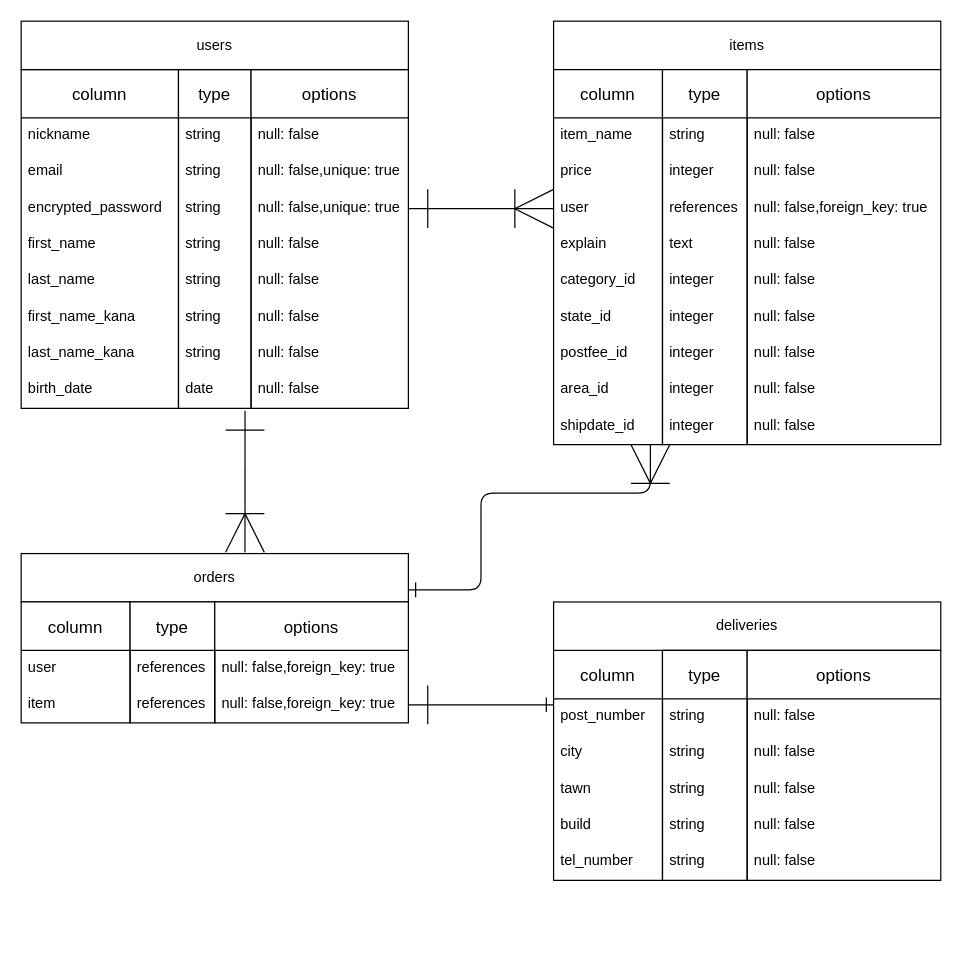
Earlier version of the draw.io diagram furima.dio (Sugi-Hi/furima-39228). Source tidied: cells renumbered, new cells numbered last; positions are measured from the earlier drawing's top-left corner, leaving out a move shared by most shapes. Both pictures are drawn from the tidied source at 121%, with x=0, y=0 at pixel (21, 21).
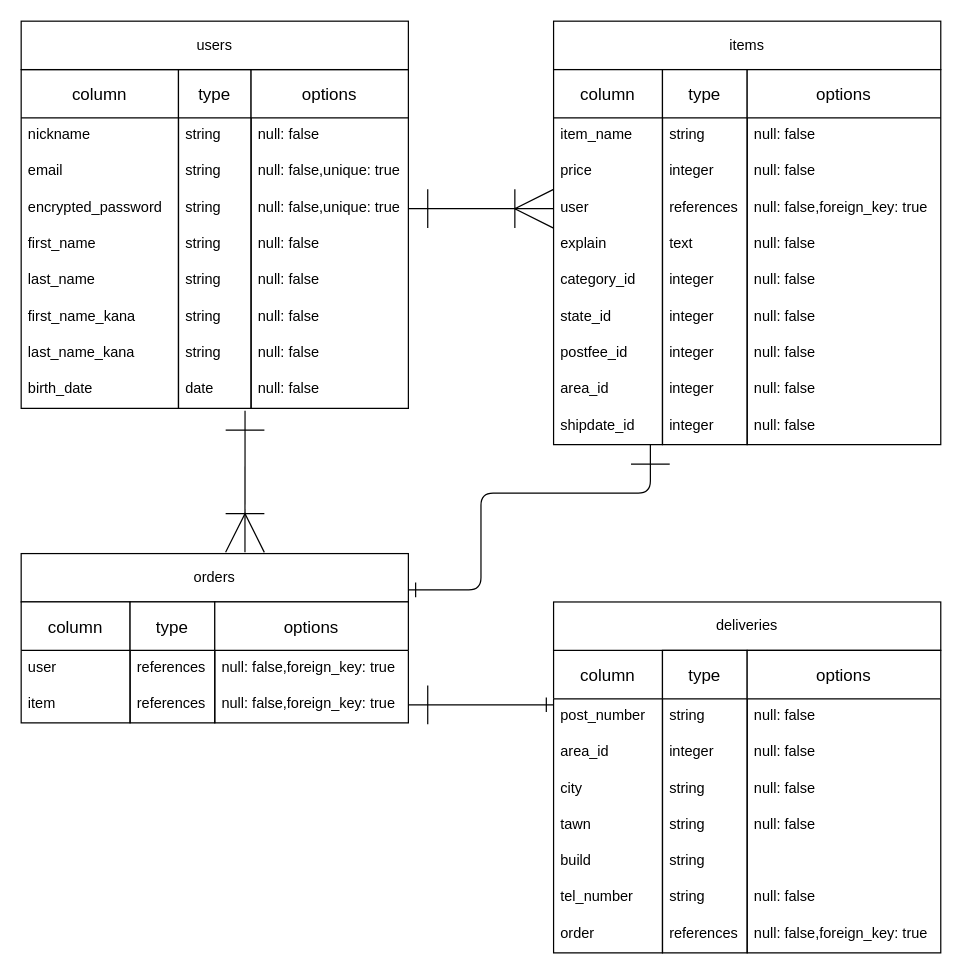
Above is the later version.

Commit message (it also covers changes not shown here):
データベース設計の4回目修正

The change refers to these unchanged cells:
```xml
<mxCell id="61" value="orders" style="whiteSpace=wrap;html=1;align=center;" parent="1" vertex="1">
  <mxGeometry y="440" width="320" height="40" as="geometry" />
</mxCell>
```

What changed in the source:
```diff
@@
     <mxCell id="72" value="column" style="swimlane;fontStyle=0;horizontal=1;startSize=40;align=center;fontSize=14;" parent="1" vertex="1">
-      <mxGeometry x="440" y="520" width="90" height="190" as="geometry" />
+      <mxGeometry x="440" y="520" width="90" height="250" as="geometry" />
     </mxCell>
@@
+    <mxCell id="94" value="area_id" style="text;strokeColor=none;fillColor=none;spacingLeft=4;spacingRight=4;overflow=hidden;fontSize=12;" parent="72" vertex="1">
+      <mxGeometry y="70" width="90" height="30" as="geometry" />
+    </mxCell>
     <mxCell id="74" value="city" style="text;strokeColor=none;fillColor=none;spacingLeft=4;spacingRight=4;overflow=hidden;fontSize=12;" parent="72" vertex="1">
-      <mxGeometry y="70" width="90" height="30" as="geometry" />
+      <mxGeometry y="100" width="90" height="30" as="geometry" />
     </mxCell>
     <mxCell id="75" value="tawn" style="text;strokeColor=none;fillColor=none;spacingLeft=4;spacingRight=4;overflow=hidden;fontSize=12;" parent="72" vertex="1">
-      <mxGeometry y="100" width="90" height="30" as="geometry" />
+      <mxGeometry y="130" width="90" height="30" as="geometry" />
     </mxCell>
     <mxCell id="76" value="build" style="text;strokeColor=none;fillColor=none;spacingLeft=4;spacingRight=4;overflow=hidden;fontSize=12;" parent="72" vertex="1">
-      <mxGeometry y="130" width="90" height="30" as="geometry" />
+      <mxGeometry y="160" width="90" height="30" as="geometry" />
     </mxCell>
     <mxCell id="77" value="tel_number" style="text;strokeColor=none;fillColor=none;spacingLeft=4;spacingRight=4;overflow=hidden;fontSize=12;" parent="72" vertex="1">
-      <mxGeometry y="160" width="90" height="30" as="geometry" />
+      <mxGeometry y="190" width="90" height="30" as="geometry" />
     </mxCell>
+    <mxCell id="95" value="order" style="text;strokeColor=none;fillColor=none;spacingLeft=4;spacingRight=4;overflow=hidden;fontSize=12;" parent="72" vertex="1">
+      <mxGeometry y="220" width="90" height="30" as="geometry" />
+    </mxCell>
@@
     <mxCell id="79" value="type" style="swimlane;fontStyle=0;horizontal=1;startSize=40;align=center;fontSize=14;" parent="1" vertex="1">
-      <mxGeometry x="530" y="520" width="70" height="190" as="geometry" />
+      <mxGeometry x="530" y="520" width="70" height="250" as="geometry" />
     </mxCell>
@@
+    <mxCell id="96" value="integer" style="text;strokeColor=none;fillColor=none;spacingLeft=4;spacingRight=4;overflow=hidden;fontSize=12;" parent="79" vertex="1">
+      <mxGeometry y="70" width="70" height="30" as="geometry" />
+    </mxCell>
     <mxCell id="81" value="string" style="text;strokeColor=none;fillColor=none;spacingLeft=4;spacingRight=4;overflow=hidden;fontSize=12;" parent="79" vertex="1">
-      <mxGeometry y="70" width="70" height="30" as="geometry" />
+      <mxGeometry y="100" width="70" height="30" as="geometry" />
     </mxCell>
     <mxCell id="82" value="string" style="text;strokeColor=none;fillColor=none;spacingLeft=4;spacingRight=4;overflow=hidden;fontSize=12;" parent="79" vertex="1">
-      <mxGeometry y="100" width="70" height="30" as="geometry" />
+      <mxGeometry y="130" width="70" height="30" as="geometry" />
     </mxCell>
     <mxCell id="83" value="string" style="text;strokeColor=none;fillColor=none;spacingLeft=4;spacingRight=4;overflow=hidden;fontSize=12;" parent="79" vertex="1">
-      <mxGeometry y="130" width="70" height="30" as="geometry" />
+      <mxGeometry y="160" width="70" height="30" as="geometry" />
     </mxCell>
     <mxCell id="84" value="string" style="text;strokeColor=none;fillColor=none;spacingLeft=4;spacingRight=4;overflow=hidden;fontSize=12;" parent="79" vertex="1">
-      <mxGeometry y="160" width="70" height="30" as="geometry" />
+      <mxGeometry y="190" width="70" height="30" as="geometry" />
     </mxCell>
+    <mxCell id="97" value="references" style="text;strokeColor=none;fillColor=none;spacingLeft=4;spacingRight=4;overflow=hidden;fontSize=12;" parent="79" vertex="1">
+      <mxGeometry y="220" width="70" height="30" as="geometry" />
+    </mxCell>
     <mxCell id="85" value="options" style="swimlane;fontStyle=0;horizontal=1;startSize=40;align=center;fontSize=14;" parent="1" vertex="1">
-      <mxGeometry x="600" y="520" width="160" height="190" as="geometry" />
+      <mxGeometry x="600" y="520" width="160" height="250" as="geometry" />
     </mxCell>
@@
+    <mxCell id="98" value="null: false" style="text;strokeColor=none;fillColor=none;spacingLeft=4;spacingRight=4;overflow=hidden;fontSize=12;" parent="85" vertex="1">
+      <mxGeometry y="70" width="160" height="30" as="geometry" />
+    </mxCell>
+    <mxCell id="88" value="null: false" style="text;strokeColor=none;fillColor=none;spacingLeft=4;spacingRight=4;overflow=hidden;fontSize=12;" parent="85" vertex="1">
+      <mxGeometry y="100" width="160" height="30" as="geometry" />
+    </mxCell>
     <mxCell id="87" value="null: false" style="text;strokeColor=none;fillColor=none;spacingLeft=4;spacingRight=4;overflow=hidden;fontSize=12;" parent="85" vertex="1">
-      <mxGeometry y="70" width="160" height="30" as="geometry" />
+      <mxGeometry y="130" width="160" height="30" as="geometry" />
     </mxCell>
-    <mxCell id="88" value="null: false" style="text;strokeColor=none;fillColor=none;spacingLeft=4;spacingRight=4;overflow=hidden;fontSize=12;" parent="85" vertex="1">
-      <mxGeometry y="100" width="160" height="30" as="geometry" />
-    </mxCell>
-    <mxCell id="89" value="null: false" style="text;strokeColor=none;fillColor=none;spacingLeft=4;spacingRight=4;overflow=hidden;fontSize=12;" parent="85" vertex="1">
-      <mxGeometry y="130" width="160" height="30" as="geometry" />
-    </mxCell>
-    <mxCell id="90" value="null: false" style="text;strokeColor=none;fillColor=none;spacingLeft=4;spacingRight=4;overflow=hidden;fontSize=12;" parent="85" vertex="1">
-      <mxGeometry y="160" width="160" height="30" as="geometry" />
-    </mxCell>
+    <mxCell id="99" style="text;strokeColor=none;fillColor=none;spacingLeft=4;spacingRight=4;overflow=hidden;fontSize=12;" parent="85" vertex="1">
+      <mxGeometry y="160" width="160" height="30" as="geometry" />
+    </mxCell>
+    <mxCell id="100" value="null: false" style="text;strokeColor=none;fillColor=none;spacingLeft=4;spacingRight=4;overflow=hidden;fontSize=12;" parent="85" vertex="1">
+      <mxGeometry y="190" width="160" height="30" as="geometry" />
+    </mxCell>
+    <mxCell id="101" value="null: false,foreign_key: true" style="text;strokeColor=none;fillColor=none;spacingLeft=4;spacingRight=4;overflow=hidden;fontSize=12;" parent="85" vertex="1">
+      <mxGeometry y="220" width="160" height="30" as="geometry" />
+    </mxCell>
@@
-    <mxCell id="93" style="fontSize=12;html=1;endArrow=ERoneToMany;startArrow=ERone;endSize=30;targetPerimeterSpacing=0;startSize=10;exitX=1;exitY=0.75;exitDx=0;exitDy=0;startFill=0;edgeStyle=orthogonalEdgeStyle;" parent="1" edge="1" source="61">
+    <mxCell id="93" style="fontSize=12;html=1;endArrow=ERone;startArrow=ERone;endSize=30;targetPerimeterSpacing=0;startSize=10;exitX=1;exitY=0.75;exitDx=0;exitDy=0;startFill=0;edgeStyle=orthogonalEdgeStyle;endFill=0;" parent="1" edge="1" source="61">
       <mxGeometry relative="1" as="geometry">
         <mxPoint x="520" y="350" as="targetPoint" />
         <Array as="points">
           <mxPoint x="380" y="470" />
           <mxPoint x="380" y="390" />
           <mxPoint x="520" y="390" />
         </Array>
       </mxGeometry>
     </mxCell>
```
